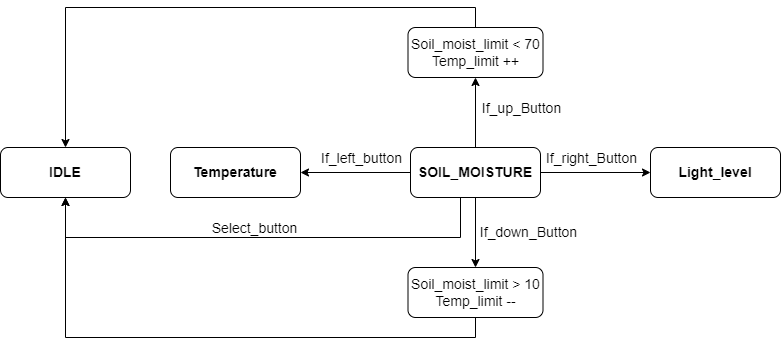
Above: Labs/Project/Image/Soil_moist2.png in Ladislav-Drapal/Digital-electronics-2 (draw.io), before the change. Source tidied: cells renumbered, new cells last; positions are measured from the earlier drawing's top-left corner, leaving out a move shared by most shapes.
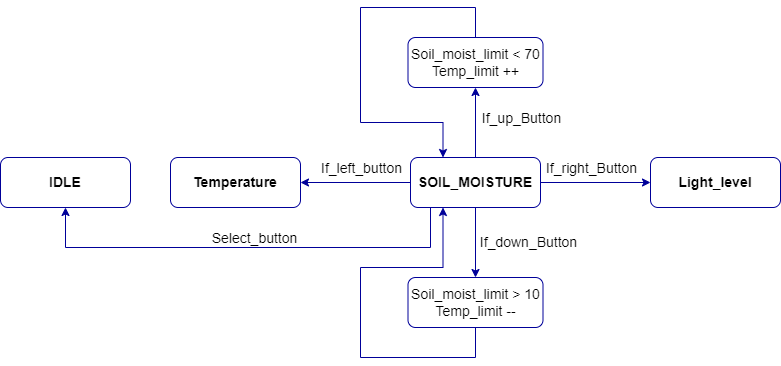
After the change.

What changed in the source:
```diff
@@ -2,70 +2,84 @@
   <root>
     <mxCell id="0" />
     <mxCell id="1" parent="0" />
-    <mxCell id="2" style="edgeStyle=orthogonalEdgeStyle;rounded=0;jettySize=auto;html=1;exitX=0.5;exitY=1;exitDx=0;exitDy=0;entryX=0.5;entryY=0;entryDx=0;entryDy=0;fontSize=14;" parent="1" edge="1" source="9" target="13">
+    <mxCell id="2" style="edgeStyle=orthogonalEdgeStyle;rounded=0;jettySize=auto;html=1;exitX=0.5;exitY=1;exitDx=0;exitDy=0;entryX=0.5;entryY=0;entryDx=0;entryDy=0;fontSize=14;strokeColor=#000099;" parent="1" edge="1" source="9" target="13">
       <mxGeometry relative="1" as="geometry" />
     </mxCell>
-    <mxCell id="3" style="edgeStyle=orthogonalEdgeStyle;rounded=0;jettySize=auto;html=1;exitX=1;exitY=0.5;exitDx=0;exitDy=0;entryX=0;entryY=0.5;entryDx=0;entryDy=0;fontSize=14;" parent="1" edge="1" source="9" target="14">
+    <mxCell id="3" style="edgeStyle=orthogonalEdgeStyle;rounded=0;jettySize=auto;html=1;exitX=1;exitY=0.5;exitDx=0;exitDy=0;entryX=0;entryY=0.5;entryDx=0;entryDy=0;fontSize=14;strokeColor=#000099;" parent="1" edge="1" source="9" target="14">
       <mxGeometry relative="1" as="geometry" />
     </mxCell>
-    <mxCell id="4" style="edgeStyle=orthogonalEdgeStyle;rounded=0;jettySize=auto;html=1;exitX=0;exitY=0.5;exitDx=0;exitDy=0;entryX=1;entryY=0.5;entryDx=0;entryDy=0;fontSize=14;" parent="1" edge="1" source="9" target="15">
+    <mxCell id="4" style="edgeStyle=orthogonalEdgeStyle;rounded=0;jettySize=auto;html=1;exitX=0;exitY=0.5;exitDx=0;exitDy=0;entryX=1;entryY=0.5;entryDx=0;entryDy=0;fontSize=14;strokeColor=#000099;" parent="1" edge="1" source="9" target="15">
       <mxGeometry relative="1" as="geometry" />
     </mxCell>
-    <mxCell id="5" value="If_left_button" style="edgeLabel;html=1;align=center;verticalAlign=middle;fontSize=14;" parent="4" vertex="1">
+    <mxCell id="5" value="If_left_button" style="edgeLabel;html=1;align=center;verticalAlign=middle;fontSize=14;strokeColor=#000099;" parent="4" vertex="1">
       <mxGeometry x="-0.18" y="-2" relative="1" as="geometry">
         <mxPoint x="-5" y="-13" as="offset" />
       </mxGeometry>
     </mxCell>
-    <mxCell id="6" style="edgeStyle=orthogonalEdgeStyle;rounded=0;jettySize=auto;html=1;exitX=0.5;exitY=1;exitDx=0;exitDy=0;entryX=0.5;entryY=1;entryDx=0;entryDy=0;fontSize=14;" parent="1" edge="1" source="9" target="19">
+    <mxCell id="6" style="edgeStyle=orthogonalEdgeStyle;rounded=0;jettySize=auto;html=1;exitX=0.5;exitY=1;exitDx=0;exitDy=0;entryX=0.5;entryY=1;entryDx=0;entryDy=0;fontSize=14;strokeColor=#000099;" parent="1" edge="1" source="9" target="19">
       <mxGeometry relative="1" as="geometry">
         <Array as="points">
-          <mxPoint x="460" y="170" />
-          <mxPoint x="460" y="210" />
+          <mxPoint x="430" y="170" />
+          <mxPoint x="430" y="210" />
           <mxPoint x="65" y="210" />
         </Array>
       </mxGeometry>
     </mxCell>
-    <mxCell id="7" value="Select_button" style="edgeLabel;html=1;align=center;verticalAlign=middle;fontSize=14;" parent="6" vertex="1">
+    <mxCell id="7" value="Select_button" style="edgeLabel;html=1;align=center;verticalAlign=middle;fontSize=14;strokeColor=#000099;" parent="6" vertex="1">
       <mxGeometry x="0.07" y="1" relative="1" as="geometry">
         <mxPoint y="-11" as="offset" />
       </mxGeometry>
     </mxCell>
-    <mxCell id="8" style="edgeStyle=orthogonalEdgeStyle;rounded=0;jettySize=auto;html=1;exitX=0.5;exitY=0;exitDx=0;exitDy=0;entryX=0.5;entryY=1;entryDx=0;entryDy=0;" parent="1" edge="1" source="9" target="11">
+    <mxCell id="8" style="edgeStyle=orthogonalEdgeStyle;rounded=0;jettySize=auto;html=1;exitX=0.5;exitY=0;exitDx=0;exitDy=0;entryX=0.5;entryY=1;entryDx=0;entryDy=0;strokeColor=#000099;" parent="1" edge="1" source="9" target="11">
       <mxGeometry relative="1" as="geometry" />
     </mxCell>
-    <mxCell id="9" value="&lt;span style=&quot;font-size: 14px&quot;&gt;&lt;b&gt;SOIL_MOISTURE&lt;/b&gt;&lt;/span&gt;" style="rounded=1;whiteSpace=wrap;html=1;" parent="1" vertex="1">
+    <mxCell id="9" value="&lt;span style=&quot;font-size: 14px&quot;&gt;&lt;b&gt;SOIL_MOISTURE&lt;/b&gt;&lt;/span&gt;" style="rounded=1;whiteSpace=wrap;html=1;strokeColor=#000099;" parent="1" vertex="1">
       <mxGeometry x="410" y="120" width="130" height="50" as="geometry" />
     </mxCell>
-    <mxCell id="10" style="edgeStyle=orthogonalEdgeStyle;rounded=0;jettySize=auto;html=1;exitX=0.5;exitY=0;exitDx=0;exitDy=0;entryX=0.5;entryY=0;entryDx=0;entryDy=0;fontSize=14;" parent="1" edge="1" source="11" target="19">
-      <mxGeometry relative="1" as="geometry" />
+    <mxCell id="10" style="edgeStyle=orthogonalEdgeStyle;rounded=0;jettySize=auto;html=1;exitX=0.5;exitY=0;exitDx=0;exitDy=0;entryX=0.25;entryY=0;entryDx=0;entryDy=0;fontSize=14;strokeColor=#000099;" parent="1" edge="1" source="11" target="9">
+      <mxGeometry relative="1" as="geometry">
+        <Array as="points">
+          <mxPoint x="475" y="-30" />
+          <mxPoint x="360" y="-30" />
+          <mxPoint x="360" y="85" />
+          <mxPoint x="443" y="85" />
+        </Array>
+      </mxGeometry>
     </mxCell>
-    <mxCell id="11" value="Soil_moist_limit &amp;lt; 70&lt;br&gt;Temp_limit ++" style="rounded=1;whiteSpace=wrap;html=1;fontSize=14;" parent="1" vertex="1">
+    <mxCell id="11" value="Soil_moist_limit &amp;lt; 70&lt;br&gt;Temp_limit ++" style="rounded=1;whiteSpace=wrap;html=1;fontSize=14;strokeColor=#000099;" parent="1" vertex="1">
       <mxGeometry x="407.5" width="135" height="50" as="geometry" />
     </mxCell>
-    <mxCell id="12" style="edgeStyle=orthogonalEdgeStyle;rounded=0;jettySize=auto;html=1;exitX=0.5;exitY=1;exitDx=0;exitDy=0;entryX=0.5;entryY=1;entryDx=0;entryDy=0;fontSize=14;" parent="1" edge="1" source="13" target="19">
-      <mxGeometry relative="1" as="geometry" />
+    <mxCell id="12" style="edgeStyle=orthogonalEdgeStyle;rounded=0;jettySize=auto;html=1;exitX=0.5;exitY=1;exitDx=0;exitDy=0;entryX=0.25;entryY=1;entryDx=0;entryDy=0;fontSize=14;strokeColor=#000099;" parent="1" edge="1" source="13" target="9">
+      <mxGeometry relative="1" as="geometry">
+        <Array as="points">
+          <mxPoint x="475" y="320" />
+          <mxPoint x="360" y="320" />
+          <mxPoint x="360" y="230" />
+          <mxPoint x="443" y="230" />
+        </Array>
+      </mxGeometry>
     </mxCell>
-    <mxCell id="13" value="Soil_moist_limit&amp;nbsp;&amp;gt; 10&lt;br&gt;Temp_limit --" style="rounded=1;whiteSpace=wrap;html=1;fontSize=14;" parent="1" vertex="1">
+    <mxCell id="13" value="Soil_moist_limit&amp;nbsp;&amp;gt; 10&lt;br&gt;Temp_limit --" style="rounded=1;whiteSpace=wrap;html=1;fontSize=14;strokeColor=#000099;" parent="1" vertex="1">
       <mxGeometry x="407.5" y="240" width="135" height="50" as="geometry" />
     </mxCell>
-    <mxCell id="14" value="&lt;span style=&quot;font-size: 14px&quot;&gt;&lt;b&gt;Light_level&lt;/b&gt;&lt;/span&gt;" style="rounded=1;whiteSpace=wrap;html=1;" parent="1" vertex="1">
+    <mxCell id="14" value="&lt;span style=&quot;font-size: 14px&quot;&gt;&lt;b&gt;Light_level&lt;/b&gt;&lt;/span&gt;" style="rounded=1;whiteSpace=wrap;html=1;strokeColor=#000099;" parent="1" vertex="1">
       <mxGeometry x="650" y="120" width="130" height="50" as="geometry" />
     </mxCell>
-    <mxCell id="15" value="&lt;b&gt;&lt;font style=&quot;font-size: 14px&quot;&gt;Temperature&lt;/font&gt;&lt;/b&gt;" style="rounded=1;whiteSpace=wrap;html=1;" parent="1" vertex="1">
+    <mxCell id="15" value="&lt;b&gt;&lt;font style=&quot;font-size: 14px&quot;&gt;Temperature&lt;/font&gt;&lt;/b&gt;" style="rounded=1;whiteSpace=wrap;html=1;strokeColor=#000099;" parent="1" vertex="1">
       <mxGeometry x="170" y="120" width="130" height="50" as="geometry" />
     </mxCell>
-    <mxCell id="16" value="If_right_Button" style="edgeLabel;html=1;align=center;verticalAlign=middle;fontSize=14;" parent="1" vertex="1">
+    <mxCell id="16" value="If_right_Button" style="edgeLabel;html=1;align=center;verticalAlign=middle;fontSize=14;strokeColor=#000099;" parent="1" vertex="1">
       <mxGeometry x="590" y="130" as="geometry" />
     </mxCell>
-    <mxCell id="17" value="If_up_Button" style="edgeLabel;html=1;align=center;verticalAlign=middle;fontSize=14;" parent="1" vertex="1">
+    <mxCell id="17" value="If_up_Button" style="edgeLabel;html=1;align=center;verticalAlign=middle;fontSize=14;strokeColor=#000099;" parent="1" vertex="1">
       <mxGeometry x="520" y="80" as="geometry" />
     </mxCell>
-    <mxCell id="18" value="If_down_Button" style="edgeLabel;html=1;align=center;verticalAlign=middle;fontSize=14;" parent="1" vertex="1">
+    <mxCell id="18" value="If_down_Button" style="edgeLabel;html=1;align=center;verticalAlign=middle;fontSize=14;strokeColor=#000099;" parent="1" vertex="1">
       <mxGeometry x="510" y="210" as="geometry">
         <mxPoint x="17" y="-6" as="offset" />
       </mxGeometry>
     </mxCell>
-    <mxCell id="19" value="&lt;b&gt;&lt;font style=&quot;font-size: 14px&quot;&gt;IDLE&lt;/font&gt;&lt;/b&gt;" style="rounded=1;whiteSpace=wrap;html=1;" parent="1" vertex="1">
+    <mxCell id="19" value="&lt;b&gt;&lt;font style=&quot;font-size: 14px&quot;&gt;IDLE&lt;/font&gt;&lt;/b&gt;" style="rounded=1;whiteSpace=wrap;html=1;strokeColor=#000099;" parent="1" vertex="1">
       <mxGeometry y="120" width="130" height="50" as="geometry" />
     </mxCell>
   </root>
```
